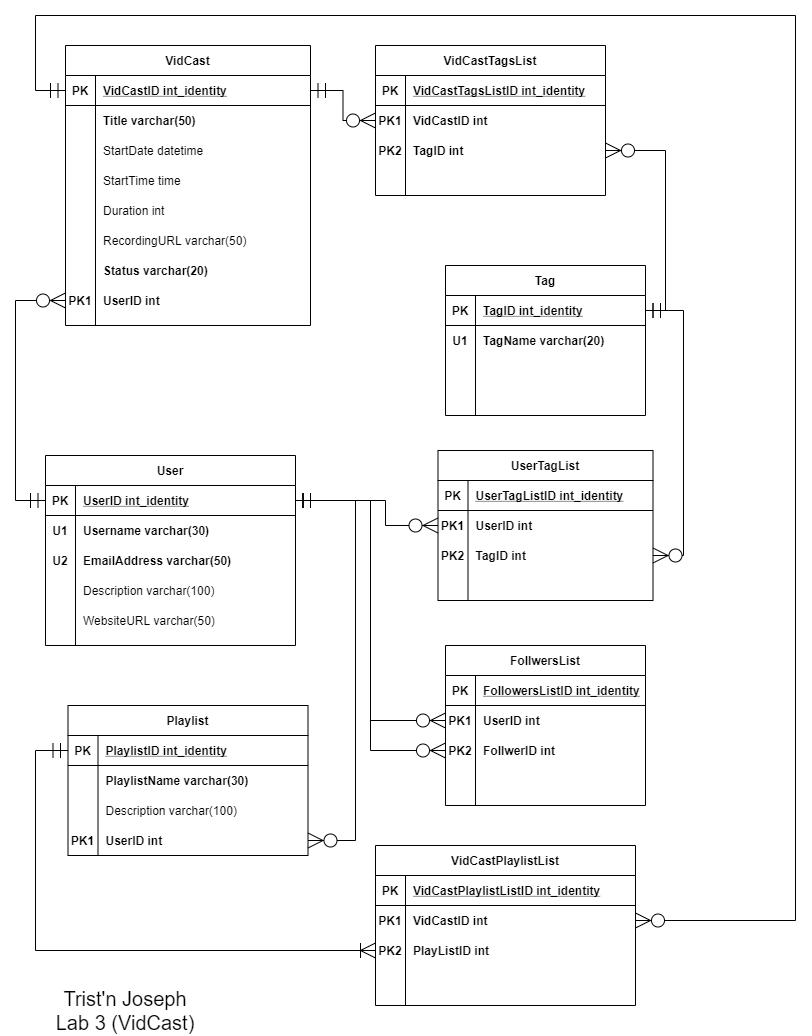
Earlier version of the draw.io export Lab 3/Lab 03 - Logical Modeling (Vidcast).png (trisxcj1/SyracuseUniversity_IST659). Source tidied: cells renumbered, new cells last; positions are measured from the earlier drawing's top-left corner, leaving out a move shared by most shapes.
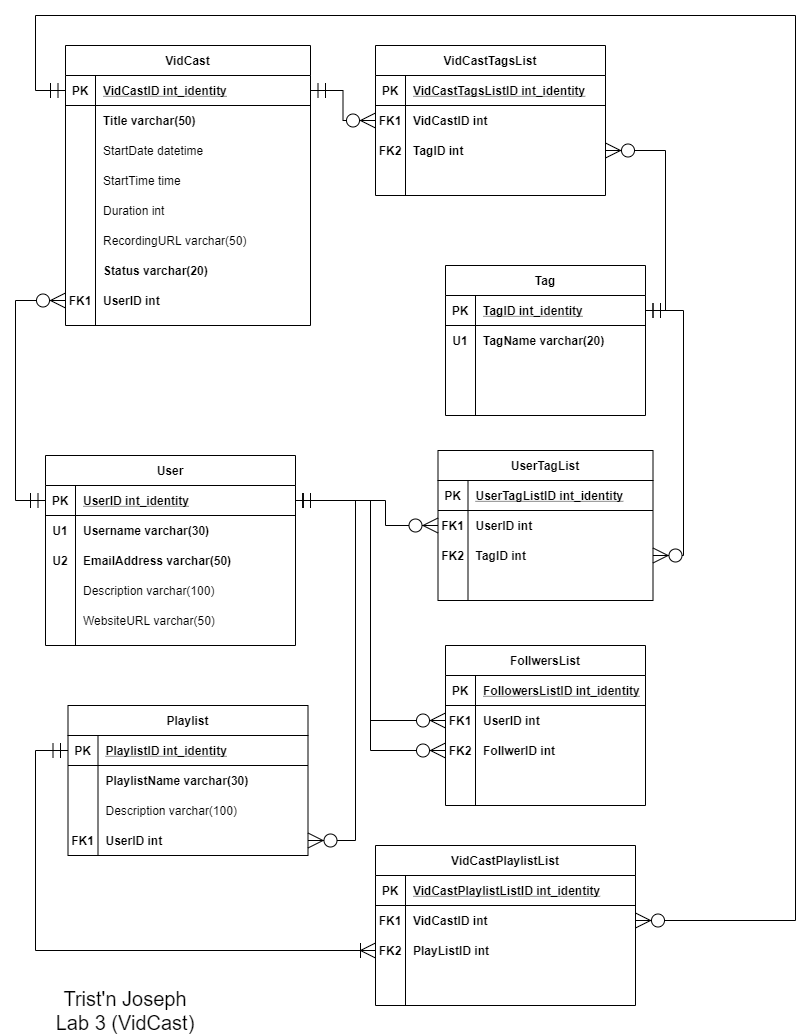
After the change.

Commit message:
LOL my FKs said PK! whoops

Change to the diagram source:
```diff
@@ -158,7 +158,7 @@
     <mxCell id="53" style="shape=partialRectangle;fillColor=none;top=0;left=0;bottom=0;right=0;points=[[0,0.5],[1,0.5]];portConstraint=eastwest;" parent="31" vertex="1">
       <mxGeometry y="240" width="245" height="30" as="geometry" />
     </mxCell>
-    <mxCell id="54" value="PK1" style="shape=partialRectangle;fillColor=none;top=0;left=0;bottom=0;right=0;overflow=hidden;fontStyle=1;" parent="53" vertex="1">
+    <mxCell id="54" value="FK1" style="shape=partialRectangle;fillColor=none;top=0;left=0;bottom=0;right=0;overflow=hidden;fontStyle=1;" parent="53" vertex="1">
       <mxGeometry width="30" height="30" as="geometry" />
     </mxCell>
     <mxCell id="55" value="UserID int" style="shape=partialRectangle;fillColor=none;top=0;left=0;bottom=0;right=0;align=left;spacingLeft=6;overflow=hidden;fontStyle=1;" parent="53" vertex="1">
@@ -200,7 +200,7 @@
     <mxCell id="67" style="shape=partialRectangle;fillColor=none;top=0;left=0;bottom=0;right=0;points=[[0,0.5],[1,0.5]];portConstraint=eastwest;" parent="57" vertex="1">
       <mxGeometry y="120" width="240" height="30" as="geometry" />
     </mxCell>
-    <mxCell id="68" value="PK1" style="shape=partialRectangle;fillColor=none;top=0;left=0;bottom=0;right=0;overflow=hidden;fontStyle=1;" parent="67" vertex="1">
+    <mxCell id="68" value="FK1" style="shape=partialRectangle;fillColor=none;top=0;left=0;bottom=0;right=0;overflow=hidden;fontStyle=1;" parent="67" vertex="1">
       <mxGeometry width="30" height="30" as="geometry" />
     </mxCell>
     <mxCell id="69" value="UserID int" style="shape=partialRectangle;fillColor=none;top=0;left=0;bottom=0;right=0;align=left;spacingLeft=6;overflow=hidden;fontStyle=1;" parent="67" vertex="1">
@@ -237,7 +237,7 @@
     <mxCell id="76" style="shape=partialRectangle;fillColor=none;top=0;left=0;bottom=0;right=0;points=[[0,0.5],[1,0.5]];portConstraint=eastwest;" parent="72" vertex="1">
       <mxGeometry y="60" width="230" height="30" as="geometry" />
     </mxCell>
-    <mxCell id="77" value="PK1" style="shape=partialRectangle;fillColor=none;top=0;left=0;bottom=0;right=0;overflow=hidden;fontStyle=1;" parent="76" vertex="1">
+    <mxCell id="77" value="FK1" style="shape=partialRectangle;fillColor=none;top=0;left=0;bottom=0;right=0;overflow=hidden;fontStyle=1;" parent="76" vertex="1">
       <mxGeometry width="30" height="30" as="geometry" />
     </mxCell>
     <mxCell id="78" value="VidCastID int" style="shape=partialRectangle;fillColor=none;top=0;left=0;bottom=0;right=0;align=left;spacingLeft=6;overflow=hidden;fontStyle=1;" parent="76" vertex="1">
@@ -246,7 +246,7 @@
     <mxCell id="79" style="shape=partialRectangle;fillColor=none;top=0;left=0;bottom=0;right=0;points=[[0,0.5],[1,0.5]];portConstraint=eastwest;" parent="72" vertex="1">
       <mxGeometry y="90" width="230" height="30" as="geometry" />
     </mxCell>
-    <mxCell id="80" value="PK2" style="shape=partialRectangle;fillColor=none;top=0;left=0;bottom=0;right=0;overflow=hidden;fontStyle=1;" parent="79" vertex="1">
+    <mxCell id="80" value="FK2" style="shape=partialRectangle;fillColor=none;top=0;left=0;bottom=0;right=0;overflow=hidden;fontStyle=1;" parent="79" vertex="1">
       <mxGeometry width="30" height="30" as="geometry" />
     </mxCell>
     <mxCell id="81" value="TagID int" style="shape=partialRectangle;fillColor=none;top=0;left=0;bottom=0;right=0;align=left;spacingLeft=6;overflow=hidden;fontStyle=1;" parent="79" vertex="1">
@@ -287,7 +287,7 @@
     <mxCell id="91" style="shape=partialRectangle;fillColor=none;top=0;left=0;bottom=0;right=0;points=[[0,0.5],[1,0.5]];portConstraint=eastwest;" parent="87" vertex="1">
       <mxGeometry y="60" width="260" height="30" as="geometry" />
     </mxCell>
-    <mxCell id="92" value="PK1" style="shape=partialRectangle;fillColor=none;top=0;left=0;bottom=0;right=0;overflow=hidden;fontStyle=1;" parent="91" vertex="1">
+    <mxCell id="92" value="FK1" style="shape=partialRectangle;fillColor=none;top=0;left=0;bottom=0;right=0;overflow=hidden;fontStyle=1;" parent="91" vertex="1">
       <mxGeometry width="30" height="30" as="geometry" />
     </mxCell>
     <mxCell id="93" value="VidCastID int" style="shape=partialRectangle;fillColor=none;top=0;left=0;bottom=0;right=0;align=left;spacingLeft=6;overflow=hidden;fontStyle=1;" parent="91" vertex="1">
@@ -296,7 +296,7 @@
     <mxCell id="94" style="shape=partialRectangle;fillColor=none;top=0;left=0;bottom=0;right=0;points=[[0,0.5],[1,0.5]];portConstraint=eastwest;" parent="87" vertex="1">
       <mxGeometry y="90" width="260" height="30" as="geometry" />
     </mxCell>
-    <mxCell id="95" value="PK2" style="shape=partialRectangle;fillColor=none;top=0;left=0;bottom=0;right=0;overflow=hidden;fontStyle=1;" parent="94" vertex="1">
+    <mxCell id="95" value="FK2" style="shape=partialRectangle;fillColor=none;top=0;left=0;bottom=0;right=0;overflow=hidden;fontStyle=1;" parent="94" vertex="1">
       <mxGeometry width="30" height="30" as="geometry" />
     </mxCell>
     <mxCell id="96" value="PlayListID int" style="shape=partialRectangle;fillColor=none;top=0;left=0;bottom=0;right=0;align=left;spacingLeft=6;overflow=hidden;fontStyle=1;" parent="94" vertex="1">
@@ -344,7 +344,7 @@
     <mxCell id="106" style="shape=partialRectangle;fillColor=none;top=0;left=0;bottom=0;right=0;points=[[0,0.5],[1,0.5]];portConstraint=eastwest;" parent="102" vertex="1">
       <mxGeometry y="60" width="200" height="30" as="geometry" />
     </mxCell>
-    <mxCell id="107" value="PK1" style="shape=partialRectangle;fillColor=none;top=0;left=0;bottom=0;right=0;overflow=hidden;fontStyle=1;" parent="106" vertex="1">
+    <mxCell id="107" value="FK1" style="shape=partialRectangle;fillColor=none;top=0;left=0;bottom=0;right=0;overflow=hidden;fontStyle=1;" parent="106" vertex="1">
       <mxGeometry width="30" height="30" as="geometry" />
     </mxCell>
     <mxCell id="108" value="UserID int" style="shape=partialRectangle;fillColor=none;top=0;left=0;bottom=0;right=0;align=left;spacingLeft=6;overflow=hidden;fontStyle=1;" parent="106" vertex="1">
@@ -353,7 +353,7 @@
     <mxCell id="109" style="shape=partialRectangle;fillColor=none;top=0;left=0;bottom=0;right=0;points=[[0,0.5],[1,0.5]];portConstraint=eastwest;" parent="102" vertex="1">
       <mxGeometry y="90" width="200" height="30" as="geometry" />
     </mxCell>
-    <mxCell id="110" value="PK2" style="shape=partialRectangle;fillColor=none;top=0;left=0;bottom=0;right=0;overflow=hidden;fontStyle=1;" parent="109" vertex="1">
+    <mxCell id="110" value="FK2" style="shape=partialRectangle;fillColor=none;top=0;left=0;bottom=0;right=0;overflow=hidden;fontStyle=1;" parent="109" vertex="1">
       <mxGeometry width="30" height="30" as="geometry" />
     </mxCell>
     <mxCell id="111" value="FollwerID int" style="shape=partialRectangle;fillColor=none;top=0;left=0;bottom=0;right=0;align=left;spacingLeft=6;overflow=hidden;fontStyle=1;" parent="109" vertex="1">
@@ -389,7 +389,7 @@
     <mxCell id="121" style="shape=partialRectangle;fillColor=none;top=0;left=0;bottom=0;right=0;points=[[0,0.5],[1,0.5]];portConstraint=eastwest;" parent="117" vertex="1">
       <mxGeometry y="60" width="215" height="30" as="geometry" />
     </mxCell>
-    <mxCell id="122" value="PK1" style="shape=partialRectangle;fillColor=none;top=0;left=0;bottom=0;right=0;overflow=hidden;fontStyle=1;" parent="121" vertex="1">
+    <mxCell id="122" value="FK1" style="shape=partialRectangle;fillColor=none;top=0;left=0;bottom=0;right=0;overflow=hidden;fontStyle=1;" parent="121" vertex="1">
       <mxGeometry width="30" height="30" as="geometry" />
     </mxCell>
     <mxCell id="123" value="UserID int" style="shape=partialRectangle;fillColor=none;top=0;left=0;bottom=0;right=0;align=left;spacingLeft=6;overflow=hidden;fontStyle=1;" parent="121" vertex="1">
@@ -398,7 +398,7 @@
     <mxCell id="124" style="shape=partialRectangle;fillColor=none;top=0;left=0;bottom=0;right=0;points=[[0,0.5],[1,0.5]];portConstraint=eastwest;" parent="117" vertex="1">
       <mxGeometry y="90" width="215" height="30" as="geometry" />
     </mxCell>
-    <mxCell id="125" value="PK2" style="shape=partialRectangle;fillColor=none;top=0;left=0;bottom=0;right=0;overflow=hidden;fontStyle=1;" parent="124" vertex="1">
+    <mxCell id="125" value="FK2" style="shape=partialRectangle;fillColor=none;top=0;left=0;bottom=0;right=0;overflow=hidden;fontStyle=1;" parent="124" vertex="1">
       <mxGeometry width="30" height="30" as="geometry" />
     </mxCell>
     <mxCell id="126" value="TagID int" style="shape=partialRectangle;fillColor=none;top=0;left=0;bottom=0;right=0;align=left;spacingLeft=6;overflow=hidden;fontStyle=1;" parent="124" vertex="1">
```
